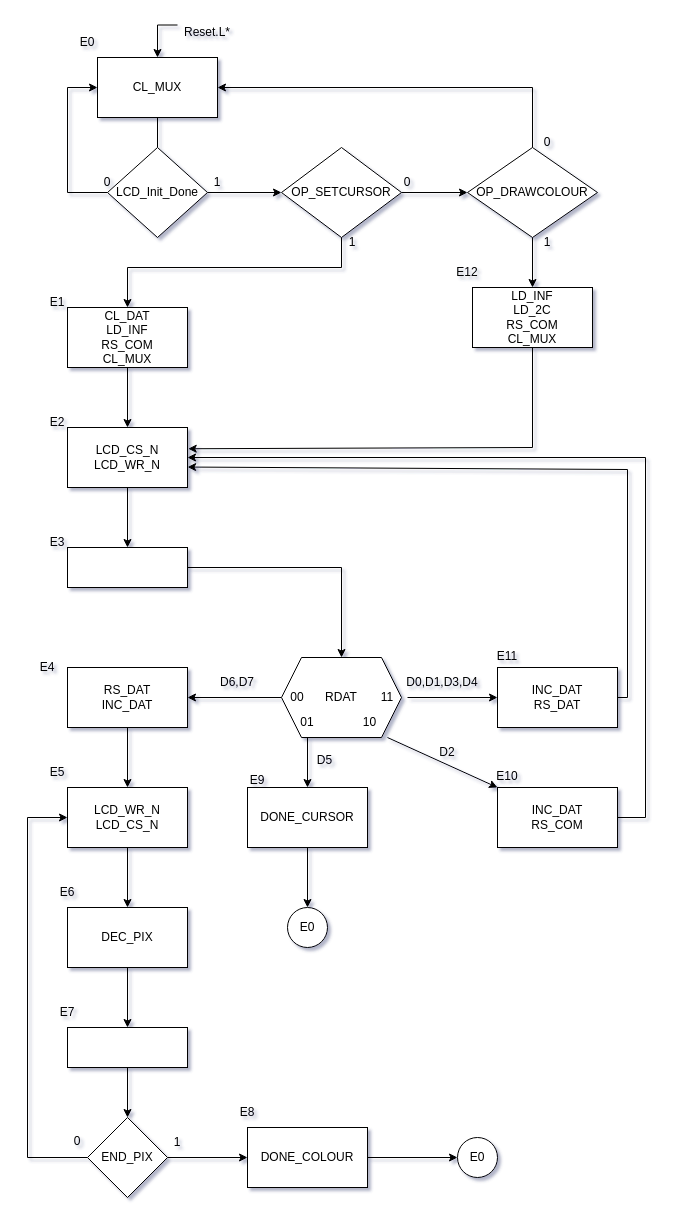
Earlier version of the draw.io diagram page "UC" (1 of 2) of Grupo-C4/Proyecto/Documentación/LCD_CTRL.drawio (AlexAgustin/Grupo-C4). Source tidied: cells renumbered, new cells numbered last; positions are measured from the earlier drawing's top-left corner, leaving out a move shared by most shapes. Both pictures are drawn from the tidied source at 100%, with x=0, y=0 at pixel (17, 17).
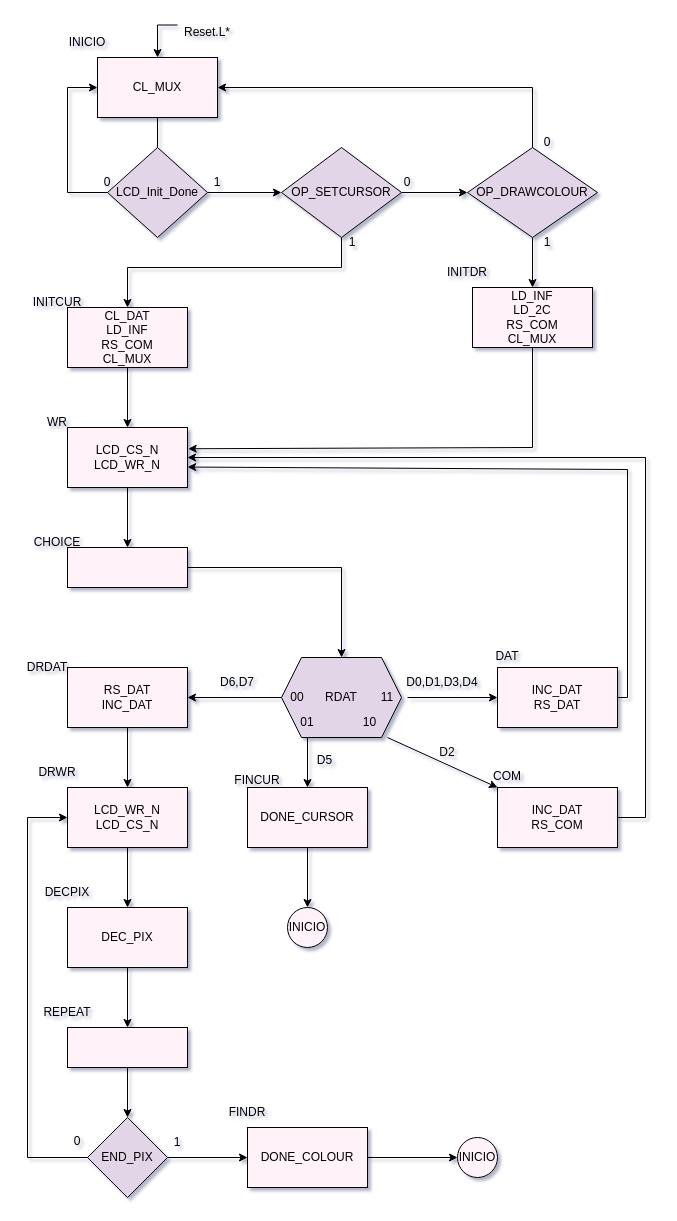
Above is the later version.

Change to the diagram source:
```diff
@@
-    <mxCell id="2" value="CL_MUX" style="rounded=0;whiteSpace=wrap;html=1;" parent="1" vertex="1">
+    <mxCell id="2" value="CL_MUX" style="rounded=0;whiteSpace=wrap;html=1;fillColor=#FFF2F8;" parent="1" vertex="1">
       <mxGeometry x="80" y="40" width="120" height="60" as="geometry" />
     </mxCell>
@@
-    <mxCell id="4" value="LCD_Init_Done" style="rhombus;whiteSpace=wrap;html=1;" parent="1" vertex="1">
+    <mxCell id="4" value="LCD_Init_Done" style="rhombus;whiteSpace=wrap;html=1;fillColor=#E1D5E7;" parent="1" vertex="1">
       <mxGeometry x="90" y="130" width="100" height="90" as="geometry" />
     </mxCell>
@@
-    <mxCell id="6" value="E0" style="text;html=1;strokeColor=none;fillColor=none;align=center;verticalAlign=middle;whiteSpace=wrap;rounded=0;" parent="1" vertex="1">
+    <mxCell id="6" value="INICIO" style="text;html=1;strokeColor=none;fillColor=none;align=center;verticalAlign=middle;whiteSpace=wrap;rounded=0;" parent="1" vertex="1">
       <mxGeometry x="40" y="10" width="60" height="30" as="geometry" />
     </mxCell>
@@
-    <mxCell id="10" value="OP_SETCURSOR" style="rhombus;whiteSpace=wrap;html=1;" parent="1" vertex="1">
+    <mxCell id="10" value="OP_SETCURSOR" style="rhombus;whiteSpace=wrap;html=1;fillColor=#E1D5E7;" parent="1" vertex="1">
       <mxGeometry x="264" y="130" width="120" height="90" as="geometry" />
     </mxCell>
@@
-    <mxCell id="12" value="&lt;div&gt;OP_DRAWCOLOUR&lt;/div&gt;" style="rhombus;whiteSpace=wrap;html=1;" parent="1" vertex="1">
+    <mxCell id="12" value="&lt;div&gt;OP_DRAWCOLOUR&lt;/div&gt;" style="rhombus;whiteSpace=wrap;html=1;fillColor=#E1D5E7;" parent="1" vertex="1">
       <mxGeometry x="450" y="130" width="130" height="90" as="geometry" />
     </mxCell>
@@
-    <mxCell id="14" value="DONE_CURSOR" style="rounded=0;whiteSpace=wrap;html=1;" parent="1" vertex="1">
+    <mxCell id="14" value="DONE_CURSOR" style="rounded=0;whiteSpace=wrap;html=1;fillColor=#FFF2F8;" parent="1" vertex="1">
       <mxGeometry x="230" y="770" width="120" height="60" as="geometry" />
     </mxCell>
-    <mxCell id="15" value="&lt;div&gt;INC_DAT&lt;/div&gt;&lt;div&gt;RS_COM&lt;br&gt;&lt;/div&gt;" style="rounded=0;whiteSpace=wrap;html=1;" parent="1" vertex="1">
+    <mxCell id="15" value="&lt;div&gt;INC_DAT&lt;/div&gt;&lt;div&gt;RS_COM&lt;br&gt;&lt;/div&gt;" style="rounded=0;whiteSpace=wrap;html=1;fillColor=#FFF2F8;" parent="1" vertex="1">
       <mxGeometry x="480" y="770" width="120" height="60" as="geometry" />
     </mxCell>
@@
-    <mxCell id="17" value="DONE_COLOUR" style="rounded=0;whiteSpace=wrap;html=1;" parent="1" vertex="1">
+    <mxCell id="17" value="DONE_COLOUR" style="rounded=0;whiteSpace=wrap;html=1;fillColor=#FFF2F8;" parent="1" vertex="1">
       <mxGeometry x="230" y="1110" width="120" height="60" as="geometry" />
     </mxCell>
-    <mxCell id="18" value="&lt;div&gt;INC_DAT&lt;/div&gt;&lt;div&gt;RS_DAT&lt;br&gt;&lt;/div&gt;" style="rounded=0;whiteSpace=wrap;html=1;" parent="1" vertex="1">
+    <mxCell id="18" value="&lt;div&gt;INC_DAT&lt;/div&gt;&lt;div&gt;RS_DAT&lt;br&gt;&lt;/div&gt;" style="rounded=0;whiteSpace=wrap;html=1;fillColor=#FFF2F8;" parent="1" vertex="1">
       <mxGeometry x="480" y="650" width="120" height="60" as="geometry" />
     </mxCell>
@@
-    <mxCell id="20" value="&lt;div&gt;LCD_WR_N&lt;/div&gt;&lt;div&gt;LCD_CS_N&lt;br&gt;&lt;/div&gt;" style="rounded=0;whiteSpace=wrap;html=1;" parent="1" vertex="1">
+    <mxCell id="20" value="&lt;div&gt;LCD_WR_N&lt;/div&gt;&lt;div&gt;LCD_CS_N&lt;br&gt;&lt;/div&gt;" style="rounded=0;whiteSpace=wrap;html=1;fillColor=#FFF2F8;" parent="1" vertex="1">
       <mxGeometry x="50" y="770" width="120" height="60" as="geometry" />
     </mxCell>
@@
-    <mxCell id="22" value="DEC_PIX" style="rounded=0;whiteSpace=wrap;html=1;" parent="1" vertex="1">
+    <mxCell id="22" value="DEC_PIX" style="rounded=0;whiteSpace=wrap;html=1;fillColor=#FFF2F8;" parent="1" vertex="1">
       <mxGeometry x="50" y="890" width="120" height="60" as="geometry" />
     </mxCell>
@@
-    <mxCell id="24" style="rounded=0;whiteSpace=wrap;html=1;" parent="1" vertex="1">
+    <mxCell id="24" style="rounded=0;whiteSpace=wrap;html=1;fillColor=#FFF2F8;" parent="1" vertex="1">
       <mxGeometry x="50" y="1010" width="120" height="40" as="geometry" />
     </mxCell>
@@
-    <mxCell id="26" value="&lt;div&gt;RS_DAT&lt;/div&gt;&lt;div&gt;INC_DAT&lt;br&gt;&lt;/div&gt;" style="rounded=0;whiteSpace=wrap;html=1;" parent="1" vertex="1">
+    <mxCell id="26" value="&lt;div&gt;RS_DAT&lt;/div&gt;&lt;div&gt;INC_DAT&lt;br&gt;&lt;/div&gt;" style="rounded=0;whiteSpace=wrap;html=1;fillColor=#FFF2F8;" parent="1" vertex="1">
       <mxGeometry x="50" y="650" width="120" height="60" as="geometry" />
     </mxCell>
-    <mxCell id="27" style="rounded=0;whiteSpace=wrap;html=1;" parent="1" vertex="1">
+    <mxCell id="27" style="rounded=0;whiteSpace=wrap;html=1;fillColor=#FFF2F8;" parent="1" vertex="1">
       <mxGeometry x="50" y="530" width="120" height="40" as="geometry" />
     </mxCell>
@@
-    <mxCell id="29" value="&lt;div&gt;LCD_CS_N&lt;/div&gt;&lt;div&gt;LCD_WR_N&lt;br&gt;&lt;/div&gt;" style="rounded=0;whiteSpace=wrap;html=1;" parent="1" vertex="1">
+    <mxCell id="29" value="&lt;div&gt;LCD_CS_N&lt;/div&gt;&lt;div&gt;LCD_WR_N&lt;br&gt;&lt;/div&gt;" style="rounded=0;whiteSpace=wrap;html=1;fillColor=#FFF2F8;" parent="1" vertex="1">
       <mxGeometry x="50" y="410" width="120" height="60" as="geometry" />
     </mxCell>
@@
-    <mxCell id="31" value="&lt;div&gt;CL_DAT&lt;/div&gt;&lt;div&gt;LD_INF&lt;/div&gt;&lt;div&gt;RS_COM&lt;/div&gt;&lt;div&gt;CL_MUX&lt;br&gt;&lt;/div&gt;" style="rounded=0;whiteSpace=wrap;html=1;" parent="1" vertex="1">
+    <mxCell id="31" value="&lt;div&gt;CL_DAT&lt;/div&gt;&lt;div&gt;LD_INF&lt;/div&gt;&lt;div&gt;RS_COM&lt;/div&gt;&lt;div&gt;CL_MUX&lt;br&gt;&lt;/div&gt;" style="rounded=0;whiteSpace=wrap;html=1;fillColor=#FFF2F8;" parent="1" vertex="1">
       <mxGeometry x="50" y="290" width="120" height="60" as="geometry" />
     </mxCell>
-    <mxCell id="32" value="&lt;div&gt;LD_INF&lt;/div&gt;&lt;div&gt;LD_2C&lt;/div&gt;&lt;div&gt;RS_COM&lt;/div&gt;&lt;div&gt;CL_MUX&lt;br&gt;&lt;/div&gt;" style="rounded=0;whiteSpace=wrap;html=1;" parent="1" vertex="1">
+    <mxCell id="32" value="&lt;div&gt;LD_INF&lt;/div&gt;&lt;div&gt;LD_2C&lt;/div&gt;&lt;div&gt;RS_COM&lt;/div&gt;&lt;div&gt;CL_MUX&lt;br&gt;&lt;/div&gt;" style="rounded=0;whiteSpace=wrap;html=1;fillColor=#FFF2F8;" parent="1" vertex="1">
       <mxGeometry x="455" y="270" width="120" height="60" as="geometry" />
     </mxCell>
@@
-    <mxCell id="42" value="RDAT" style="shape=hexagon;perimeter=hexagonPerimeter2;whiteSpace=wrap;html=1;fixedSize=1;" parent="1" vertex="1">
+    <mxCell id="42" value="RDAT" style="shape=hexagon;perimeter=hexagonPerimeter2;whiteSpace=wrap;html=1;fixedSize=1;fillColor=#E1D5E7;" parent="1" vertex="1">
       <mxGeometry x="264" y="640" width="120" height="80" as="geometry" />
     </mxCell>
@@
-    <mxCell id="49" value="END_PIX" style="rhombus;whiteSpace=wrap;html=1;" parent="1" vertex="1">
+    <mxCell id="49" value="END_PIX" style="rhombus;whiteSpace=wrap;html=1;fillColor=#E1D5E7;" parent="1" vertex="1">
       <mxGeometry x="70" y="1100" width="80" height="80" as="geometry" />
     </mxCell>
-    <mxCell id="50" value="E0" style="ellipse;whiteSpace=wrap;html=1;" parent="1" vertex="1">
+    <mxCell id="50" value="INICIO" style="ellipse;whiteSpace=wrap;html=1;fillColor=#FFF2F8;" parent="1" vertex="1">
       <mxGeometry x="440" y="1120" width="40" height="40" as="geometry" />
     </mxCell>
@@
-    <mxCell id="57" value="E0" style="ellipse;whiteSpace=wrap;html=1;" parent="1" vertex="1">
+    <mxCell id="57" value="INICIO" style="ellipse;whiteSpace=wrap;html=1;fillColor=#FFF2F8;" parent="1" vertex="1">
       <mxGeometry x="270" y="890" width="40" height="40" as="geometry" />
     </mxCell>
@@
-    <mxCell id="60" value="E1" style="text;html=1;strokeColor=none;fillColor=none;align=center;verticalAlign=middle;whiteSpace=wrap;rounded=0;" parent="1" vertex="1">
+    <mxCell id="60" value="INITCUR" style="text;html=1;strokeColor=none;fillColor=none;align=center;verticalAlign=middle;whiteSpace=wrap;rounded=0;" parent="1" vertex="1">
       <mxGeometry x="10" y="270" width="60" height="30" as="geometry" />
     </mxCell>
-    <mxCell id="61" value="E2" style="text;html=1;strokeColor=none;fillColor=none;align=center;verticalAlign=middle;whiteSpace=wrap;rounded=0;" parent="1" vertex="1">
+    <mxCell id="61" value="WR" style="text;html=1;strokeColor=none;fillColor=none;align=center;verticalAlign=middle;whiteSpace=wrap;rounded=0;" parent="1" vertex="1">
       <mxGeometry x="10" y="390" width="60" height="30" as="geometry" />
     </mxCell>
-    <mxCell id="62" value="E3" style="text;html=1;strokeColor=none;fillColor=none;align=center;verticalAlign=middle;whiteSpace=wrap;rounded=0;" parent="1" vertex="1">
+    <mxCell id="62" value="CHOICE" style="text;html=1;strokeColor=none;fillColor=none;align=center;verticalAlign=middle;whiteSpace=wrap;rounded=0;" parent="1" vertex="1">
       <mxGeometry x="10" y="510" width="60" height="30" as="geometry" />
     </mxCell>
-    <mxCell id="63" value="E4" style="text;html=1;strokeColor=none;fillColor=none;align=center;verticalAlign=middle;whiteSpace=wrap;rounded=0;" parent="1" vertex="1">
+    <mxCell id="63" value="DRDAT" style="text;html=1;strokeColor=none;fillColor=none;align=center;verticalAlign=middle;whiteSpace=wrap;rounded=0;" parent="1" vertex="1">
       <mxGeometry y="635" width="60" height="30" as="geometry" />
     </mxCell>
-    <mxCell id="64" value="E5" style="text;html=1;strokeColor=none;fillColor=none;align=center;verticalAlign=middle;whiteSpace=wrap;rounded=0;" parent="1" vertex="1">
+    <mxCell id="64" value="DRWR" style="text;html=1;strokeColor=none;fillColor=none;align=center;verticalAlign=middle;whiteSpace=wrap;rounded=0;" parent="1" vertex="1">
       <mxGeometry x="10" y="740" width="60" height="30" as="geometry" />
     </mxCell>
-    <mxCell id="65" value="E6" style="text;html=1;strokeColor=none;fillColor=none;align=center;verticalAlign=middle;whiteSpace=wrap;rounded=0;" parent="1" vertex="1">
+    <mxCell id="65" value="DECPIX" style="text;html=1;strokeColor=none;fillColor=none;align=center;verticalAlign=middle;whiteSpace=wrap;rounded=0;" parent="1" vertex="1">
       <mxGeometry x="20" y="860" width="60" height="30" as="geometry" />
     </mxCell>
-    <mxCell id="66" value="E7" style="text;html=1;strokeColor=none;fillColor=none;align=center;verticalAlign=middle;whiteSpace=wrap;rounded=0;" parent="1" vertex="1">
+    <mxCell id="66" value="REPEAT" style="text;html=1;strokeColor=none;fillColor=none;align=center;verticalAlign=middle;whiteSpace=wrap;rounded=0;" parent="1" vertex="1">
       <mxGeometry x="20" y="980" width="60" height="30" as="geometry" />
     </mxCell>
@@
-    <mxCell id="68" value="E9" style="text;html=1;strokeColor=none;fillColor=none;align=center;verticalAlign=middle;whiteSpace=wrap;rounded=0;" parent="1" vertex="1">
+    <mxCell id="68" value="FINCUR" style="text;html=1;strokeColor=none;fillColor=none;align=center;verticalAlign=middle;whiteSpace=wrap;rounded=0;" parent="1" vertex="1">
       <mxGeometry x="210" y="748" width="60" height="30" as="geometry" />
     </mxCell>
-    <mxCell id="69" value="E10" style="text;html=1;strokeColor=none;fillColor=none;align=center;verticalAlign=middle;whiteSpace=wrap;rounded=0;" parent="1" vertex="1">
+    <mxCell id="69" value="COM" style="text;html=1;strokeColor=none;fillColor=none;align=center;verticalAlign=middle;whiteSpace=wrap;rounded=0;" parent="1" vertex="1">
       <mxGeometry x="460" y="744" width="60" height="30" as="geometry" />
     </mxCell>
-    <mxCell id="70" value="E11" style="text;html=1;strokeColor=none;fillColor=none;align=center;verticalAlign=middle;whiteSpace=wrap;rounded=0;" parent="1" vertex="1">
+    <mxCell id="70" value="DAT" style="text;html=1;strokeColor=none;fillColor=none;align=center;verticalAlign=middle;whiteSpace=wrap;rounded=0;" parent="1" vertex="1">
       <mxGeometry x="460" y="624" width="60" height="30" as="geometry" />
     </mxCell>
-    <mxCell id="71" value="E12" style="text;html=1;strokeColor=none;fillColor=none;align=center;verticalAlign=middle;whiteSpace=wrap;rounded=0;" parent="1" vertex="1">
+    <mxCell id="71" value="INITDR" style="text;html=1;strokeColor=none;fillColor=none;align=center;verticalAlign=middle;whiteSpace=wrap;rounded=0;" parent="1" vertex="1">
       <mxGeometry x="420" y="240" width="60" height="30" as="geometry" />
     </mxCell>
@@
-    <mxCell id="73" value="E8" style="text;html=1;strokeColor=none;fillColor=none;align=center;verticalAlign=middle;whiteSpace=wrap;rounded=0;" parent="1" vertex="1">
+    <mxCell id="73" value="FINDR" style="text;html=1;strokeColor=none;fillColor=none;align=center;verticalAlign=middle;whiteSpace=wrap;rounded=0;" parent="1" vertex="1">
       <mxGeometry x="200" y="1080" width="60" height="30" as="geometry" />
     </mxCell>
```
